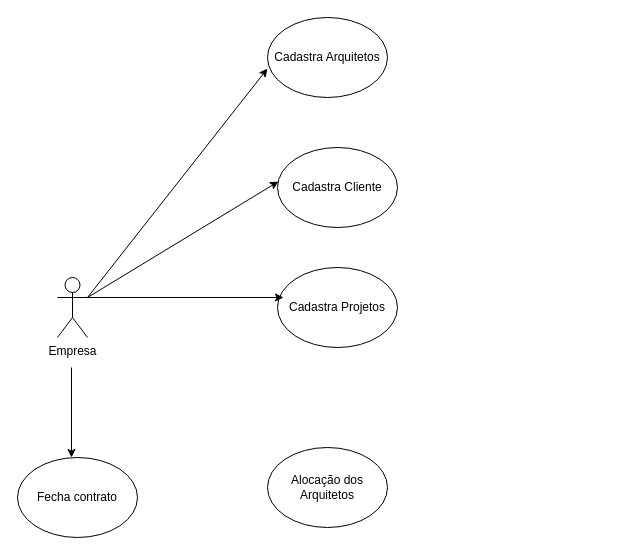
Before: Untitled Diagram.drawio in EdneiFNeto/UML, a draw.io diagram. Source tidied: cells renumbered, new cells numbered last; positions are measured from the earlier drawing's top-left corner, leaving out a move shared by most shapes. Both pictures are drawn from the tidied source at 100%, with x=0, y=0 at pixel (17, 17).
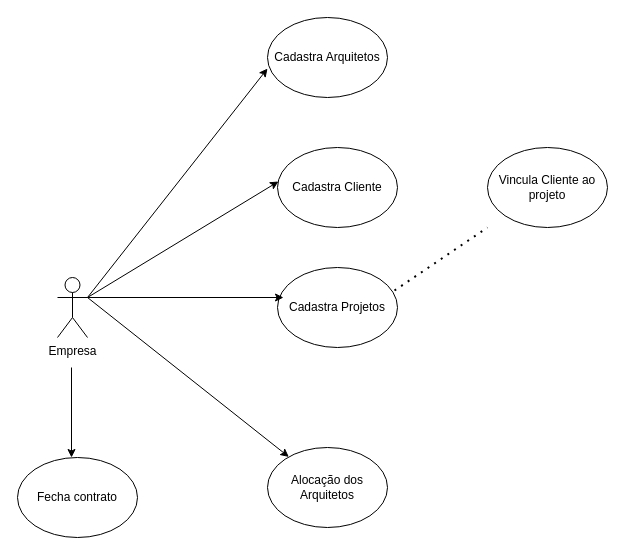
Above is the later version.

Commit message:
Vincula cliente ao projeto

Diff of the diagram source:
```diff
@@
 <mxGraphModel>
   <root>
     <mxCell id="0" />
     <mxCell id="1" parent="0" />
     <mxCell id="2" value="Empresa" style="shape=umlActor;verticalLabelPosition=bottom;verticalAlign=top;html=1;outlineConnect=0;" parent="1" vertex="1">
       <mxGeometry x="40" y="260" width="30" height="60" as="geometry" />
     </mxCell>
     <mxCell id="3" value="Cadastra Arquitetos" style="ellipse;whiteSpace=wrap;html=1;" parent="1" vertex="1">
       <mxGeometry x="250" width="120" height="80" as="geometry" />
     </mxCell>
     <mxCell id="4" value="Cadastra Cliente" style="ellipse;whiteSpace=wrap;html=1;" parent="1" vertex="1">
       <mxGeometry x="260" y="130" width="120" height="80" as="geometry" />
     </mxCell>
     <mxCell id="5" style="endArrow=classic;html=1;exitX=1;exitY=0.3333333333333333;exitDx=0;exitDy=0;exitPerimeter=0;entryX=0.008;entryY=0.425;entryDx=0;entryDy=0;entryPerimeter=0;" parent="1" edge="1" source="2" target="4">
       <mxGeometry relative="1" as="geometry" />
     </mxCell>
     <mxCell id="6" value="Cadastra Projetos" style="ellipse;whiteSpace=wrap;html=1;" parent="1" vertex="1">
       <mxGeometry x="260" y="250" width="120" height="80" as="geometry" />
     </mxCell>
     <mxCell id="7" style="endArrow=classic;html=1;entryX=0.05;entryY=0.375;entryDx=0;entryDy=0;entryPerimeter=0;" parent="1" edge="1" target="6">
       <mxGeometry relative="1" as="geometry">
         <mxPoint x="70" y="280" as="sourcePoint" />
       </mxGeometry>
     </mxCell>
     <mxCell id="8" style="endArrow=classic;html=1;entryX=0;entryY=0.638;entryDx=0;entryDy=0;entryPerimeter=0;" parent="1" edge="1" target="3">
       <mxGeometry relative="1" as="geometry">
         <mxPoint x="70" y="280" as="sourcePoint" />
       </mxGeometry>
     </mxCell>
     <mxCell id="9" value="Fecha contrato" style="ellipse;whiteSpace=wrap;html=1;" parent="1" vertex="1">
       <mxGeometry y="440" width="120" height="80" as="geometry" />
     </mxCell>
     <mxCell id="10" style="endArrow=classic;html=1;entryX=0.45;entryY=0;entryDx=0;entryDy=0;entryPerimeter=0;" parent="1" edge="1" target="9">
       <mxGeometry relative="1" as="geometry">
         <mxPoint x="54" y="350" as="sourcePoint" />
       </mxGeometry>
     </mxCell>
     <mxCell id="11" value="Alocação dos Arquitetos" style="ellipse;whiteSpace=wrap;html=1;" parent="1" vertex="1">
       <mxGeometry x="250" y="430" width="120" height="80" as="geometry" />
     </mxCell>
+    <mxCell id="12" style="endArrow=classic;html=1;" parent="1" edge="1" target="11">
+      <mxGeometry relative="1" as="geometry">
+        <mxPoint x="70" y="280" as="sourcePoint" />
+      </mxGeometry>
+    </mxCell>
+    <mxCell id="13" style="endArrow=none;dashed=1;html=1;dashPattern=1 3;strokeWidth=2;exitX=0.975;exitY=0.288;exitDx=0;exitDy=0;exitPerimeter=0;" parent="1" edge="1" source="6">
+      <mxGeometry relative="1" as="geometry">
+        <mxPoint x="470" y="210" as="targetPoint" />
+      </mxGeometry>
+    </mxCell>
+    <mxCell id="14" value="Vincula Cliente ao projeto" style="ellipse;whiteSpace=wrap;html=1;" parent="1" vertex="1">
+      <mxGeometry x="470" y="130" width="120" height="80" as="geometry" />
+    </mxCell>
   </root>
 </mxGraphModel>
```
